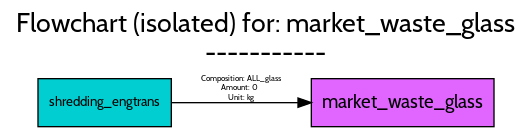
Before: src/examples/ELV/figures/flowcharts/processes/png/market_waste_glass.png, a diagram exported from Graphviz (FutuRaM-Project/Recovery-Model). Its source is kept beside it as src/examples/ELV/figures/flowcharts/processes/dot/market_waste_glass.dot.
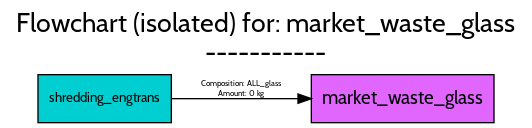
Above is the later version.

What changed in the source:
```diff
@@ -1,5 +1,5 @@
 digraph {
-	graph [bb="0,0,391,91",
+	graph [bb="0,0,391,88",
 		font=Cabin,
 		fontname=Cabin,
 		fontsize=20,
@@ -8,7 +8,7 @@
 		labeljust=c,
 		labelloc=tc,
 		lheight=0.61,
-		lp="195.5,65",
+		lp="195.5,62",
 		lwidth=5.21,
 		nodesep=0.6,
 		rankdir=LR,
@@ -35,8 +35,7 @@
 		fontname=Cabin,
 		fontsize=6,
 		label="Composition: ALL_glass
-Amount: 0
-Unit: kg",
-		lp="177,28.5",
+Amount: 0 kg",
+		lp="177,25",
 		pos="e,229.5,18 124.66,18 152.49,18 187.93,18 219.43,18"];
 }
```
